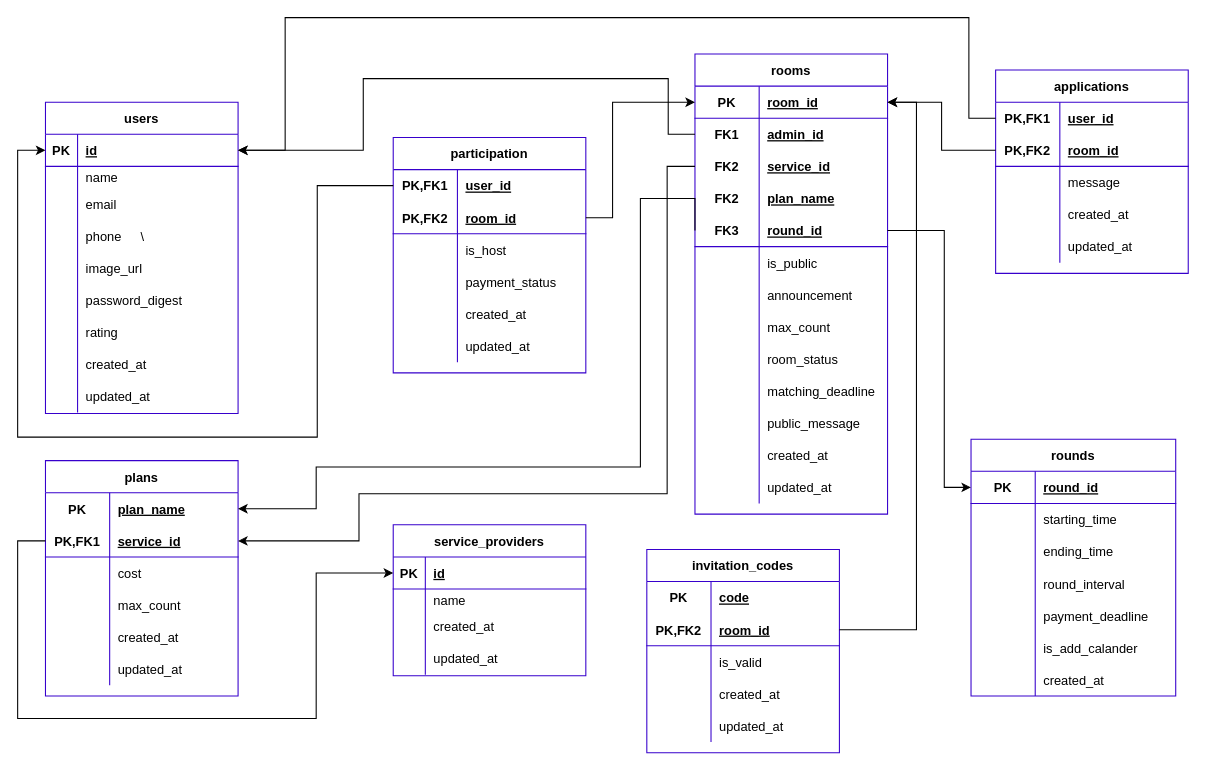
This is db/schema/table.drawio from billsgates/salamander, a draw.io file, before an edit. Source tidied: cells renumbered, new cells numbered last; positions are measured from the earlier drawing's top-left corner, leaving out a move shared by most shapes. Both pictures are drawn from the tidied source at 107%, with x=0, y=0 at pixel (17, 17).
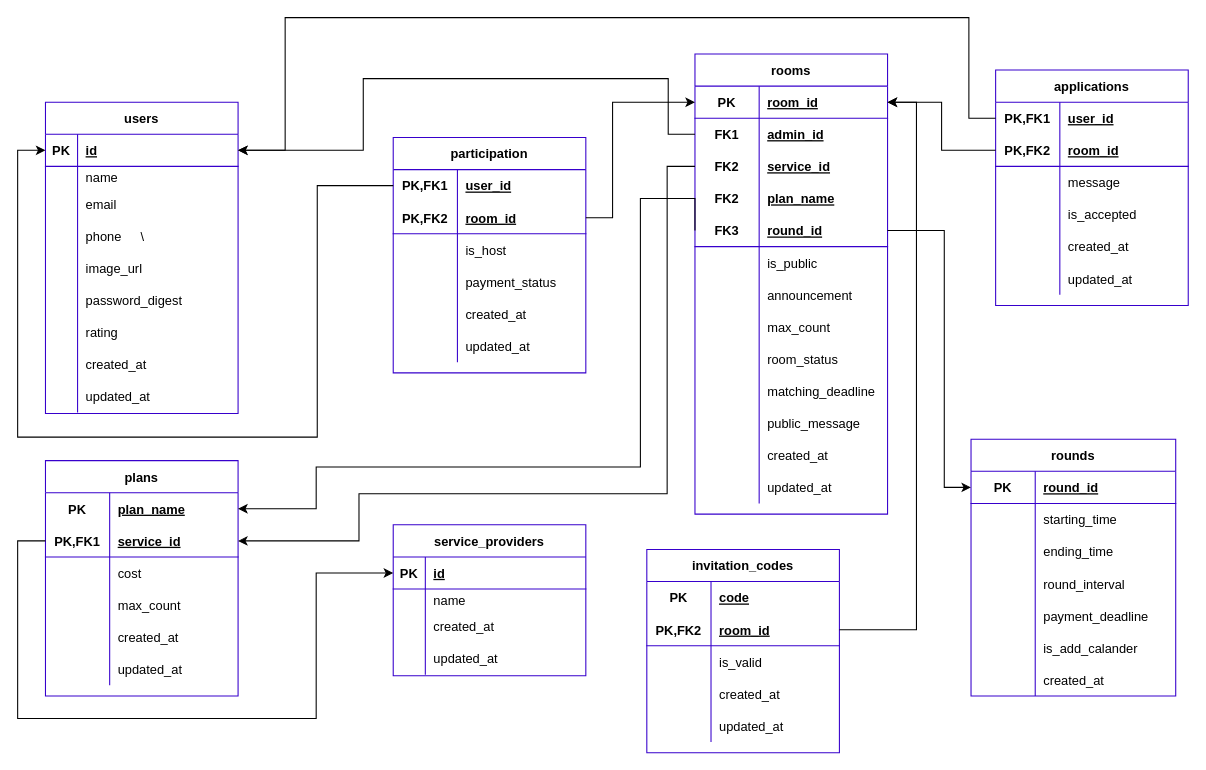
The same page after the edit.

Commit message (it also covers changes not shown here):
Update database schema

Change to the diagram source:
```diff
@@
     <mxCell id="169" value="applications" style="shape=table;startSize=30;childLayout=tableLayout;rowLines=0;fontStyle=1;align=center;shadow=0;labelBackgroundColor=none;strokeColor=#3700CC;fontColor=#000000;fillColor=#FFFFFF;swimlaneFillColor=#ffffff;" parent="1" vertex="1">
-      <mxGeometry x="914" y="49" width="180" height="190" as="geometry" />
+      <mxGeometry x="914" y="49" width="180" height="220" as="geometry" />
     </mxCell>
@@
+    <mxCell id="187" style="shape=partialRectangle;fillColor=none;top=0;left=0;bottom=0;right=0;" parent="169" vertex="1">
+      <mxGeometry y="120" width="180" height="30" as="geometry" />
+    </mxCell>
+    <mxCell id="188" style="shape=partialRectangle;fillColor=none;top=0;left=0;bottom=0;right=0;overflow=hidden;fontColor=#000000;" parent="187" vertex="1">
+      <mxGeometry width="60" height="30" as="geometry" />
+    </mxCell>
+    <mxCell id="189" value="is_accepted" style="shape=partialRectangle;fillColor=none;top=0;left=0;bottom=0;right=0;align=left;spacingLeft=6;overflow=hidden;fontColor=#000000;" parent="187" vertex="1">
+      <mxGeometry x="60" width="120" height="30" as="geometry" />
+    </mxCell>
     <mxCell id="179" style="shape=partialRectangle;fillColor=none;top=0;left=0;bottom=0;right=0;" parent="169" vertex="1">
-      <mxGeometry y="120" width="180" height="30" as="geometry" />
+      <mxGeometry y="150" width="180" height="30" as="geometry" />
     </mxCell>
@@
     <mxCell id="182" style="shape=partialRectangle;fillColor=none;top=0;left=0;bottom=0;right=0;" parent="169" vertex="1">
-      <mxGeometry y="150" width="180" height="30" as="geometry" />
+      <mxGeometry y="180" width="180" height="30" as="geometry" />
     </mxCell>
```
